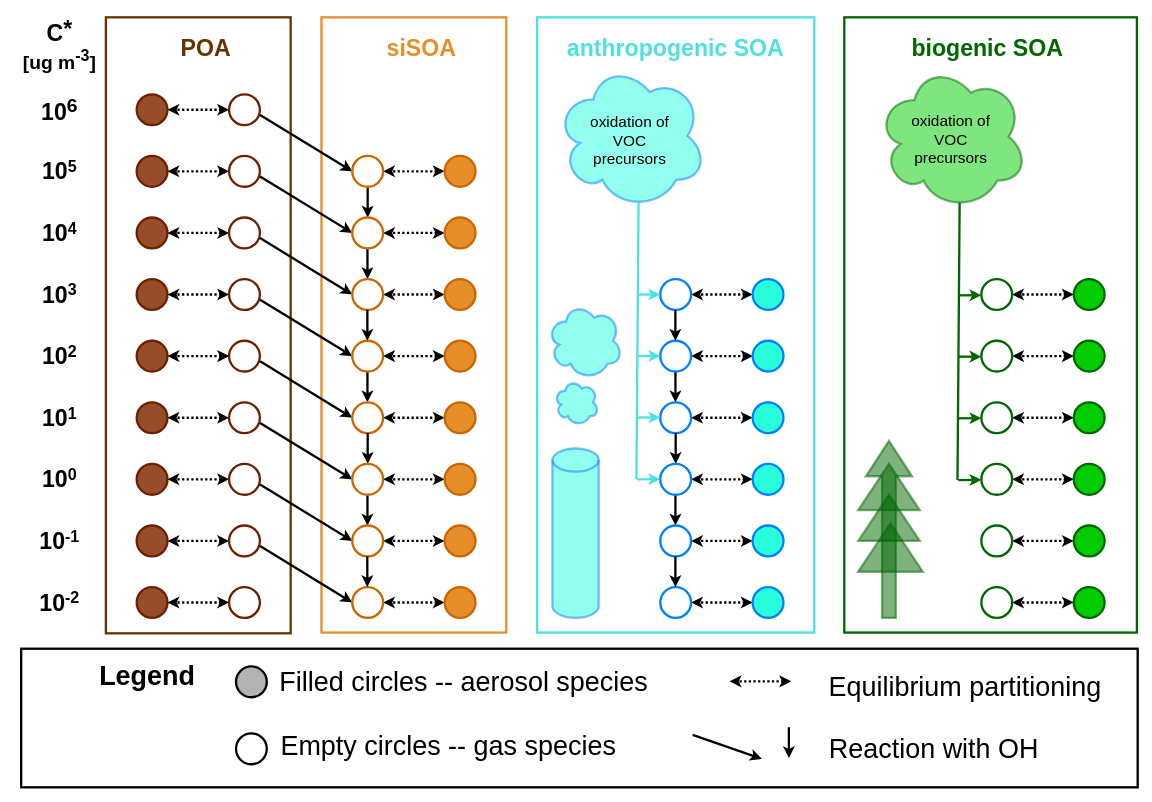
The draw.io diagram vbs-scheme-LE.drawio in obin1/VBS, before the edit. Source tidied: cells renumbered, new cells numbered last; positions are measured from the earlier drawing's top-left corner, leaving out a move shared by most shapes. Both pictures are drawn from the tidied source at 77%, with x=0, y=0 at pixel (13, 13).
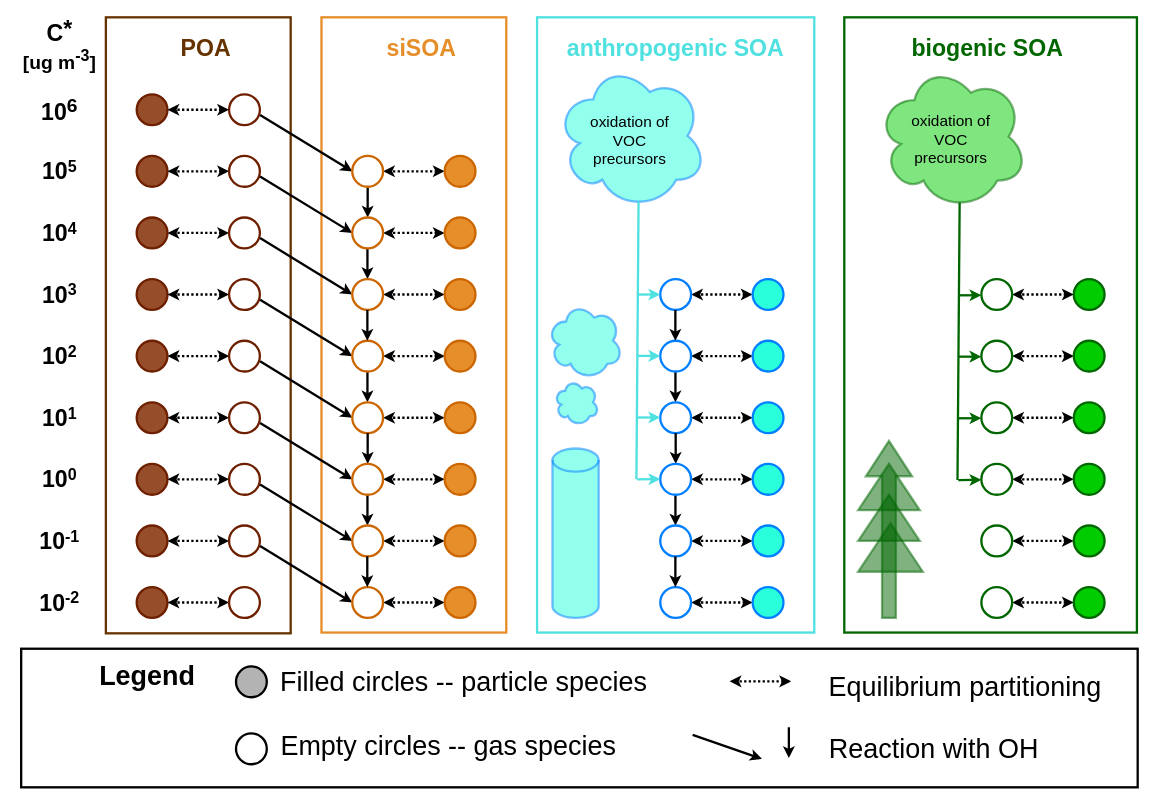
After the change.

Commit message (it also covers changes not shown here):
aerosol species to particle species

Change to the diagram source:
```diff
@@
-    <mxCell id="139" value="Filled circles -- aerosol species" style="text;html=1;strokeColor=none;fillColor=none;align=center;verticalAlign=middle;whiteSpace=wrap;rounded=0;fontFamily=Helvetica;fontSize=35;fontColor=#000000;" parent="1" vertex="1">
+    <mxCell id="139" value="Filled circles -- particle species" style="text;html=1;strokeColor=none;fillColor=none;align=center;verticalAlign=middle;whiteSpace=wrap;rounded=0;fontFamily=Helvetica;fontSize=35;fontColor=#000000;" parent="1" vertex="1">
       <mxGeometry x="325" y="853" width="520" height="30" as="geometry" />
     </mxCell>
```
